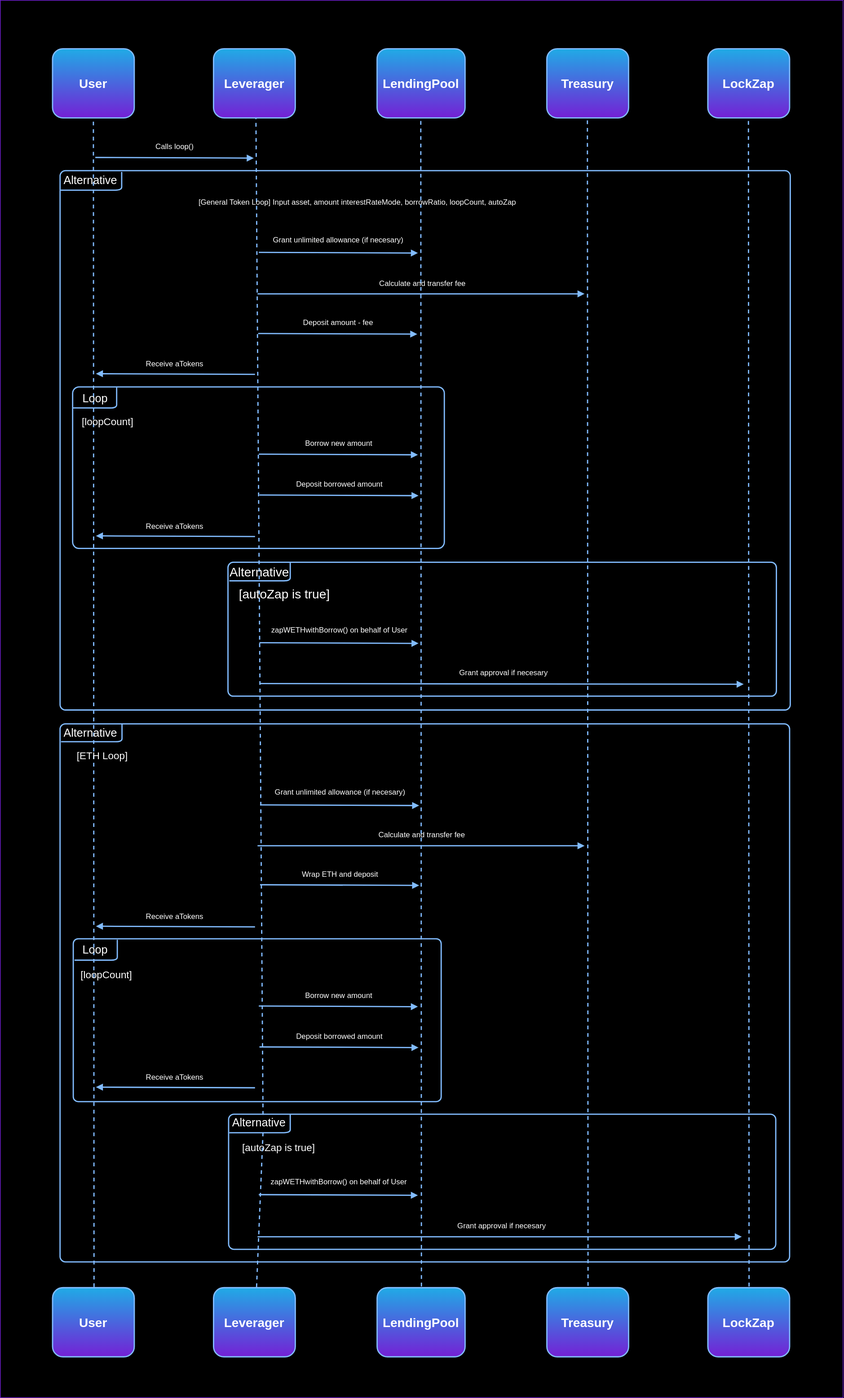
The draw.io diagram contracts/diagrams/loop.drawio.svg in PrimeNumbersLabs/primefi-gitbook, before a commit. Source tidied: cells renumbered, new cells last; positions are measured from the earlier drawing's top-left corner, leaving out a move shared by most shapes.
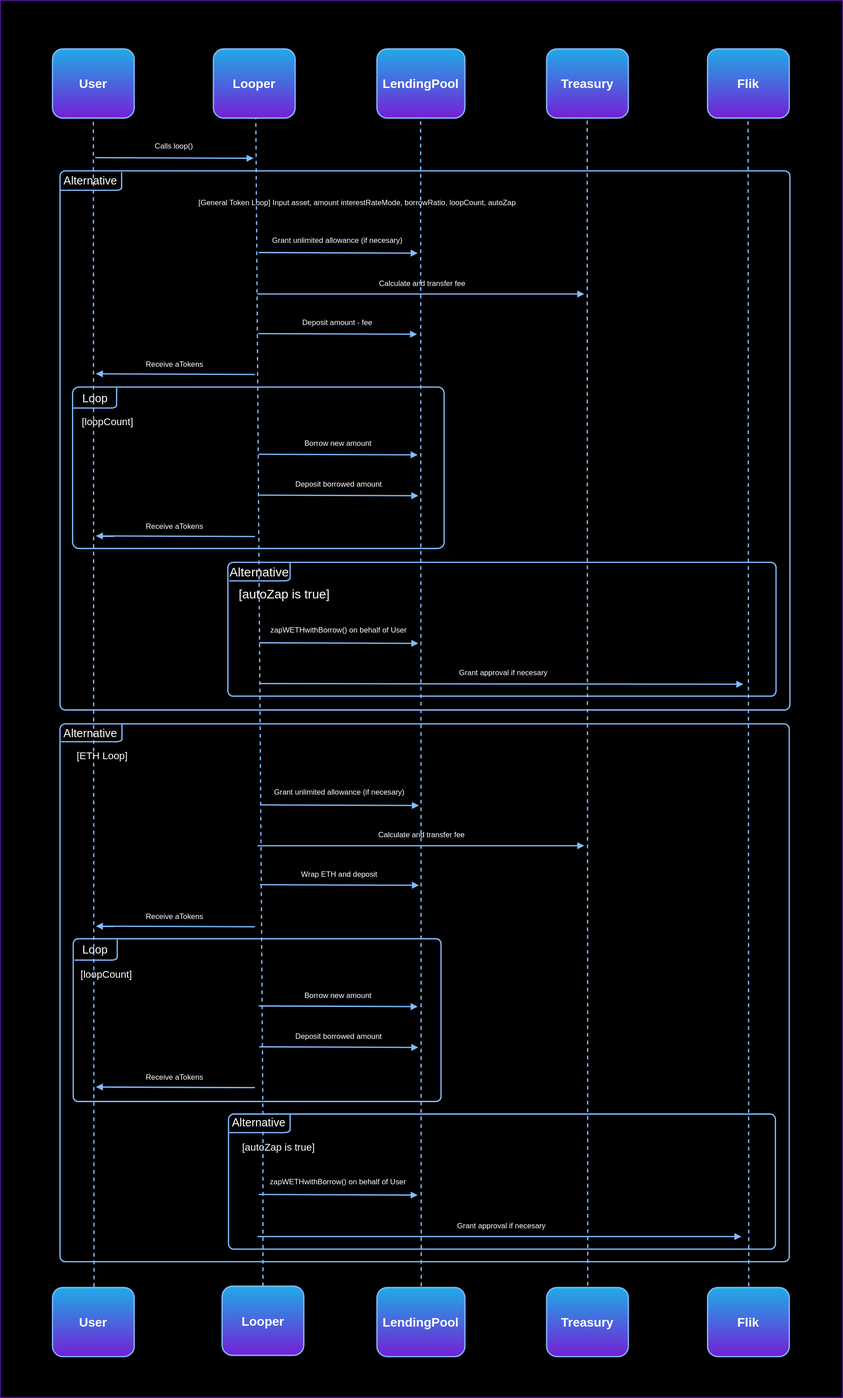
After the change.

Change to the diagram source:
```diff
@@ -26,7 +26,7 @@
     <mxCell id="9" value="User" style="rounded=1;whiteSpace=wrap;html=1;fillColor=#20ABE6;strokeColor=#82BCFF;fontColor=#FFFFFF;fontSize=20;strokeWidth=2;fontStyle=1;gradientColor=#7420D5;labelBackgroundColor=none;labelBorderColor=none;" parent="1" vertex="1">
       <mxGeometry x="83" y="77" width="130" height="110" as="geometry" />
     </mxCell>
-    <mxCell id="10" value="Leverager" style="rounded=1;whiteSpace=wrap;html=1;fillColor=#20ABE6;strokeColor=#82BCFF;fontColor=#FFFFFF;fontSize=20;strokeWidth=2;fontStyle=1;gradientColor=#7420D5;labelBackgroundColor=none;labelBorderColor=none;" parent="1" vertex="1">
+    <mxCell id="10" value="Looper" style="rounded=1;whiteSpace=wrap;html=1;fillColor=#20ABE6;strokeColor=#82BCFF;fontColor=#FFFFFF;fontSize=20;strokeWidth=2;fontStyle=1;gradientColor=#7420D5;labelBackgroundColor=none;labelBorderColor=none;" parent="1" vertex="1">
       <mxGeometry x="339" y="77" width="130" height="110" as="geometry" />
     </mxCell>
     <mxCell id="11" value="LendingPool" style="rounded=1;whiteSpace=wrap;html=1;fillColor=#20ABE6;strokeColor=#82BCFF;fontColor=#FFFFFF;fontSize=20;strokeWidth=2;fontStyle=1;gradientColor=#7420D5;labelBackgroundColor=none;labelBorderColor=none;" parent="1" vertex="1">
@@ -35,14 +35,14 @@
     <mxCell id="12" value="Treasury" style="rounded=1;whiteSpace=wrap;html=1;fillColor=#20ABE6;strokeColor=#82BCFF;fontColor=#FFFFFF;fontSize=20;strokeWidth=2;fontStyle=1;gradientColor=#7420D5;labelBackgroundColor=none;labelBorderColor=none;" parent="1" vertex="1">
       <mxGeometry x="869" y="77" width="130" height="110" as="geometry" />
     </mxCell>
-    <mxCell id="13" value="LockZap" style="rounded=1;whiteSpace=wrap;html=1;fillColor=#20ABE6;strokeColor=#82BCFF;fontColor=#FFFFFF;fontSize=20;strokeWidth=2;fontStyle=1;gradientColor=#7420D5;labelBackgroundColor=none;labelBorderColor=none;" parent="1" vertex="1">
+    <mxCell id="13" value="Flik" style="rounded=1;whiteSpace=wrap;html=1;fillColor=#20ABE6;strokeColor=#82BCFF;fontColor=#FFFFFF;fontSize=20;strokeWidth=2;fontStyle=1;gradientColor=#7420D5;labelBackgroundColor=none;labelBorderColor=none;" parent="1" vertex="1">
       <mxGeometry x="1125" y="77" width="130" height="110" as="geometry" />
     </mxCell>
     <mxCell id="14" value="User" style="rounded=1;whiteSpace=wrap;html=1;fillColor=#20ABE6;strokeColor=#82BCFF;fontColor=#FFFFFF;fontSize=20;strokeWidth=2;fontStyle=1;gradientColor=#7420D5;labelBackgroundColor=none;labelBorderColor=none;" parent="1" vertex="1">
       <mxGeometry x="83" y="2048" width="130" height="110" as="geometry" />
     </mxCell>
-    <mxCell id="15" value="Leverager" style="rounded=1;whiteSpace=wrap;html=1;fillColor=#20ABE6;strokeColor=#82BCFF;fontColor=#FFFFFF;fontSize=20;strokeWidth=2;fontStyle=1;gradientColor=#7420D5;labelBackgroundColor=none;labelBorderColor=none;" parent="1" vertex="1">
-      <mxGeometry x="339" y="2048" width="130" height="110" as="geometry" />
+    <mxCell id="15" value="Looper" style="rounded=1;whiteSpace=wrap;html=1;fillColor=#20ABE6;strokeColor=#82BCFF;fontColor=#FFFFFF;fontSize=20;strokeWidth=2;fontStyle=1;gradientColor=#7420D5;labelBackgroundColor=none;labelBorderColor=none;" parent="1" vertex="1">
+      <mxGeometry x="352.8" y="2046" width="130" height="110" as="geometry" />
     </mxCell>
     <mxCell id="16" value="LendingPool" style="rounded=1;whiteSpace=wrap;html=1;fillColor=#20ABE6;strokeColor=#82BCFF;fontColor=#FFFFFF;fontSize=20;strokeWidth=2;fontStyle=1;gradientColor=#7420D5;labelBackgroundColor=none;labelBorderColor=none;" parent="1" vertex="1">
       <mxGeometry x="599.1" y="2048" width="139.9" height="110" as="geometry" />
@@ -50,7 +50,7 @@
     <mxCell id="17" value="Treasury" style="rounded=1;whiteSpace=wrap;html=1;fillColor=#20ABE6;strokeColor=#82BCFF;fontColor=#FFFFFF;fontSize=20;strokeWidth=2;fontStyle=1;gradientColor=#7420D5;labelBackgroundColor=none;labelBorderColor=none;" parent="1" vertex="1">
       <mxGeometry x="869" y="2048" width="130" height="110" as="geometry" />
     </mxCell>
-    <mxCell id="18" value="LockZap" style="rounded=1;whiteSpace=wrap;html=1;fillColor=#20ABE6;strokeColor=#82BCFF;fontColor=#FFFFFF;fontSize=20;strokeWidth=2;fontStyle=1;gradientColor=#7420D5;labelBackgroundColor=none;labelBorderColor=none;" parent="1" vertex="1">
+    <mxCell id="18" value="Flik" style="rounded=1;whiteSpace=wrap;html=1;fillColor=#20ABE6;strokeColor=#82BCFF;fontColor=#FFFFFF;fontSize=20;strokeWidth=2;fontStyle=1;gradientColor=#7420D5;labelBackgroundColor=none;labelBorderColor=none;" parent="1" vertex="1">
       <mxGeometry x="1125" y="2048" width="130" height="110" as="geometry" />
     </mxCell>
     <mxCell id="19" style="endArrow=none;dashed=1;html=1;rounded=0;entryX=0.5;entryY=1;entryDx=0;entryDy=0;strokeWidth=2;strokeColor=#82BCFF;fontColor=#000000;" parent="1" edge="1" target="9">
@@ -388,10 +388,8 @@
         </Array>
       </mxGeometry>
     </mxCell>
-    <mxCell id="79" style="endArrow=none;dashed=1;html=1;rounded=0;entryX=0.5;entryY=1;entryDx=0;entryDy=0;strokeWidth=2;strokeColor=#82BCFF;fontColor=#000000;" parent="1" edge="1" target="80">
-      <mxGeometry relative="1" as="geometry">
-        <mxPoint x="407.4" y="2047" as="sourcePoint" />
-      </mxGeometry>
+    <mxCell id="79" style="endArrow=none;dashed=1;html=1;rounded=0;entryX=0.5;entryY=1;entryDx=0;entryDy=0;strokeWidth=2;strokeColor=#82BCFF;fontColor=#000000;exitX=0.5;exitY=0;exitDx=0;exitDy=0;" parent="1" edge="1" source="15" target="80">
+      <mxGeometry relative="1" as="geometry" />
     </mxCell>
     <mxCell id="80" value="Alternative" style="text;strokeColor=none;fillColor=none;align=left;verticalAlign=middle;spacingLeft=4;spacingRight=4;overflow=hidden;points=[[0,0.5],[1,0.5]];portConstraint=eastwest;whiteSpace=wrap;html=1;fontColor=#FFFFFF;fontSize=18;" parent="1" vertex="1">
       <mxGeometry x="362.5" y="1773" width="110.5" height="26" as="geometry" />
```
